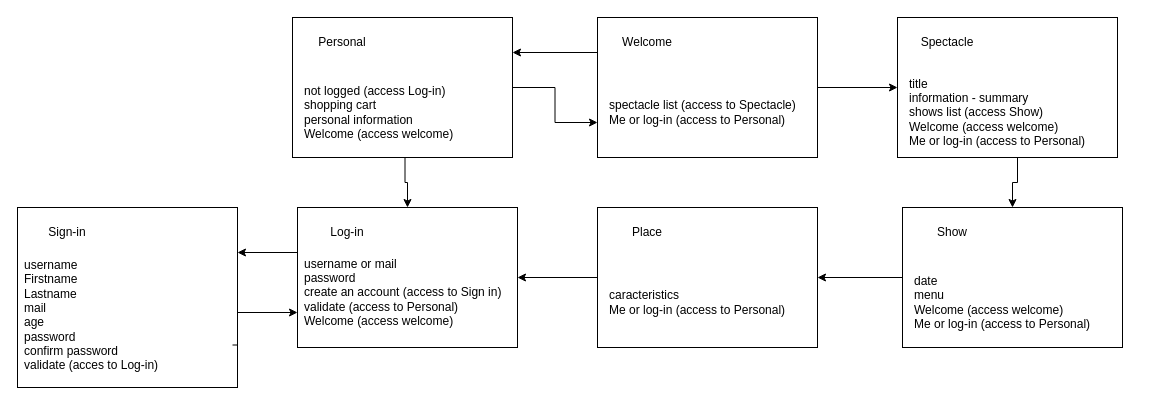
The draw.io diagram page "pages web" (6 of 7) of analyse/Diagramme sans nom.drawio in baptisteRiviere/SpectacleHallManagement, before the edit. Source tidied: cells renumbered, new cells numbered last; positions are measured from the earlier drawing's top-left corner, leaving out a move shared by most shapes. Both pictures are drawn from the tidied source at 100%, with x=0, y=0 at pixel (17, 17).
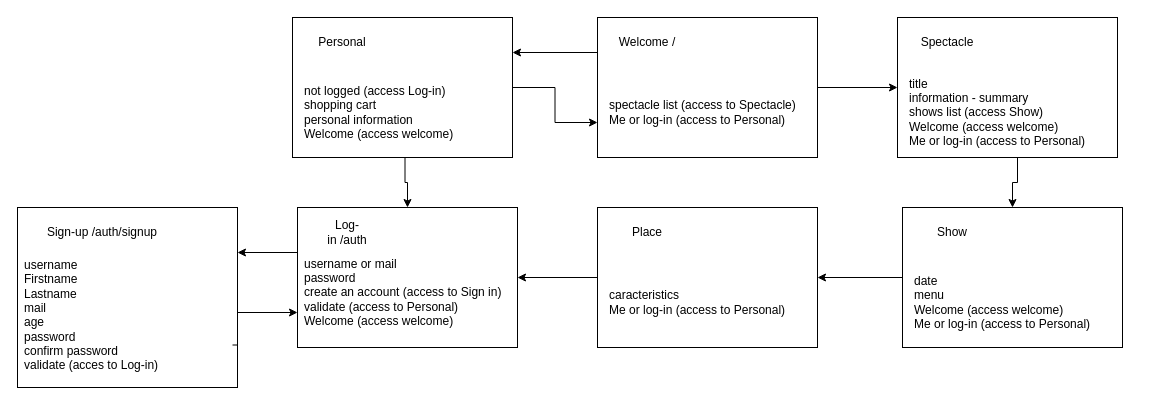
Above is the later version.

Diff of the diagram source:
```diff
@@
-    <mxCell id="5" value="Welcome" style="text;html=1;strokeColor=none;fillColor=none;align=center;verticalAlign=middle;whiteSpace=wrap;rounded=0;" parent="1" vertex="1">
+    <mxCell id="5" value="Welcome&lt;span style=&quot;white-space: pre;&quot;&gt; &lt;/span&gt;/" style="text;html=1;strokeColor=none;fillColor=none;align=center;verticalAlign=middle;whiteSpace=wrap;rounded=0;" parent="1" vertex="1">
       <mxGeometry x="600" y="10" width="60" height="30" as="geometry" />
     </mxCell>
@@
-    <mxCell id="21" value="Log-in" style="text;html=1;strokeColor=none;fillColor=none;align=center;verticalAlign=middle;whiteSpace=wrap;rounded=0;" parent="1" vertex="1">
+    <mxCell id="21" value="Log-in&lt;span style=&quot;white-space: pre;&quot;&gt; &lt;/span&gt;/auth" style="text;html=1;strokeColor=none;fillColor=none;align=center;verticalAlign=middle;whiteSpace=wrap;rounded=0;" parent="1" vertex="1">
       <mxGeometry x="300" y="200" width="60" height="30" as="geometry" />
     </mxCell>
@@
-    <mxCell id="24" value="Sign-in" style="text;html=1;strokeColor=none;fillColor=none;align=center;verticalAlign=middle;whiteSpace=wrap;rounded=0;" parent="1" vertex="1">
-      <mxGeometry x="20" y="200" width="60" height="30" as="geometry" />
+    <mxCell id="24" value="Sign-up&lt;span style=&quot;white-space: pre;&quot;&gt; &lt;/span&gt;/auth/signup" style="text;html=1;strokeColor=none;fillColor=none;align=center;verticalAlign=middle;whiteSpace=wrap;rounded=0;" parent="1" vertex="1">
+      <mxGeometry x="20" y="200" width="130" height="30" as="geometry" />
     </mxCell>
```
